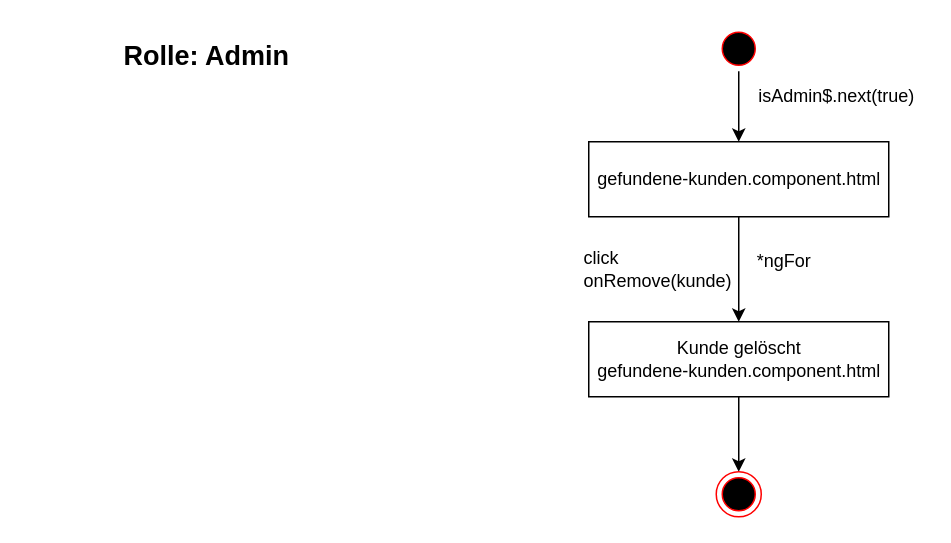
Before: docs/zustandsdiagramme/zustandsdiagramm-delete.drawio in flogoe/ss21_swe_grp5_abgabe2, a draw.io diagram. Source tidied: cells renumbered, new cells numbered last; positions are measured from the earlier drawing's top-left corner, leaving out a move shared by most shapes. Both pictures are drawn from the tidied source at 150%, with x=0, y=0 at pixel (108, 26).
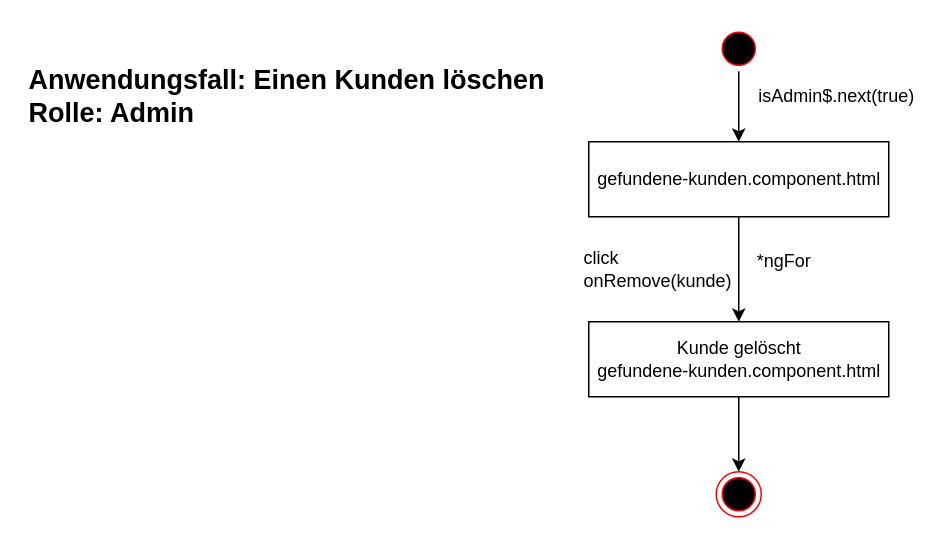
The same page after the edit.

Diff of the diagram source:
```diff
@@
 <mxGraphModel>
   <root>
     <mxCell id="0" />
     <mxCell id="1" parent="0" />
-    <mxCell id="2" value="&lt;font style=&quot;font-size: 18px&quot;&gt;&lt;b&gt;Rolle: Admin&lt;/b&gt;&lt;/font&gt;" style="text;html=1;align=center;verticalAlign=middle;strokeColor=none;" parent="1" vertex="1">
-      <mxGeometry y="10" width="130" height="20" as="geometry" />
-    </mxCell>
     <mxCell id="3" style="edgeStyle=orthogonalEdgeStyle;rounded=0;jettySize=auto;html=1;" parent="1" edge="1" source="4" target="6">
       <mxGeometry relative="1" as="geometry" />
     </mxCell>
     <mxCell id="4" style="ellipse;html=1;shape=startState;fillColor=#000000;strokeColor=#ff0000;" parent="1" vertex="1">
       <mxGeometry x="405" width="30" height="30" as="geometry" />
     </mxCell>
     <mxCell id="5" style="edgeStyle=orthogonalEdgeStyle;rounded=0;jettySize=auto;html=1;" parent="1" edge="1" source="6" target="9">
       <mxGeometry relative="1" as="geometry" />
     </mxCell>
     <mxCell id="6" value="gefundene-kunden.component.html" style="html=1;" parent="1" vertex="1">
       <mxGeometry x="320" y="77" width="200" height="50" as="geometry" />
     </mxCell>
     <mxCell id="7" value="isAdmin$.next(true)" style="text;html=1;align=center;verticalAlign=middle;strokeColor=none;" parent="1" vertex="1">
       <mxGeometry x="425" y="37" width="120" height="20" as="geometry" />
     </mxCell>
     <mxCell id="8" style="edgeStyle=orthogonalEdgeStyle;rounded=0;jettySize=auto;html=1;" parent="1" edge="1" source="9" target="12">
       <mxGeometry relative="1" as="geometry" />
     </mxCell>
     <mxCell id="9" value="Kunde gelöscht&lt;br&gt;gefundene-kunden.component.html" style="html=1;" parent="1" vertex="1">
       <mxGeometry x="320" y="197" width="200" height="50" as="geometry" />
     </mxCell>
     <mxCell id="10" value="click&lt;br&gt;onRemove(kunde)" style="text;html=1;align=left;verticalAlign=middle;strokeColor=none;" parent="1" vertex="1">
       <mxGeometry x="315" y="147" width="110" height="30" as="geometry" />
     </mxCell>
     <mxCell id="11" value="*ngFor" style="text;html=1;align=center;verticalAlign=middle;strokeColor=none;" parent="1" vertex="1">
       <mxGeometry x="425" y="147" width="50" height="20" as="geometry" />
     </mxCell>
     <mxCell id="12" style="ellipse;html=1;shape=endState;fillColor=#000000;strokeColor=#ff0000;" parent="1" vertex="1">
       <mxGeometry x="405" y="297" width="30" height="30" as="geometry" />
     </mxCell>
+    <mxCell id="13" value="&lt;div&gt;&lt;b style=&quot;font-size: 18px&quot;&gt;Anwendungsfall: Einen Kunden löschen&lt;/b&gt;&lt;/div&gt;&lt;font style=&quot;font-size: 18px&quot;&gt;&lt;b&gt;Rolle: Admin&lt;/b&gt;&lt;/font&gt;" style="text;html=1;align=left;verticalAlign=middle;strokeColor=none;" parent="1" vertex="1">
+      <mxGeometry x="-55" y="27" width="360" height="40" as="geometry" />
+    </mxCell>
   </root>
 </mxGraphModel>
```
